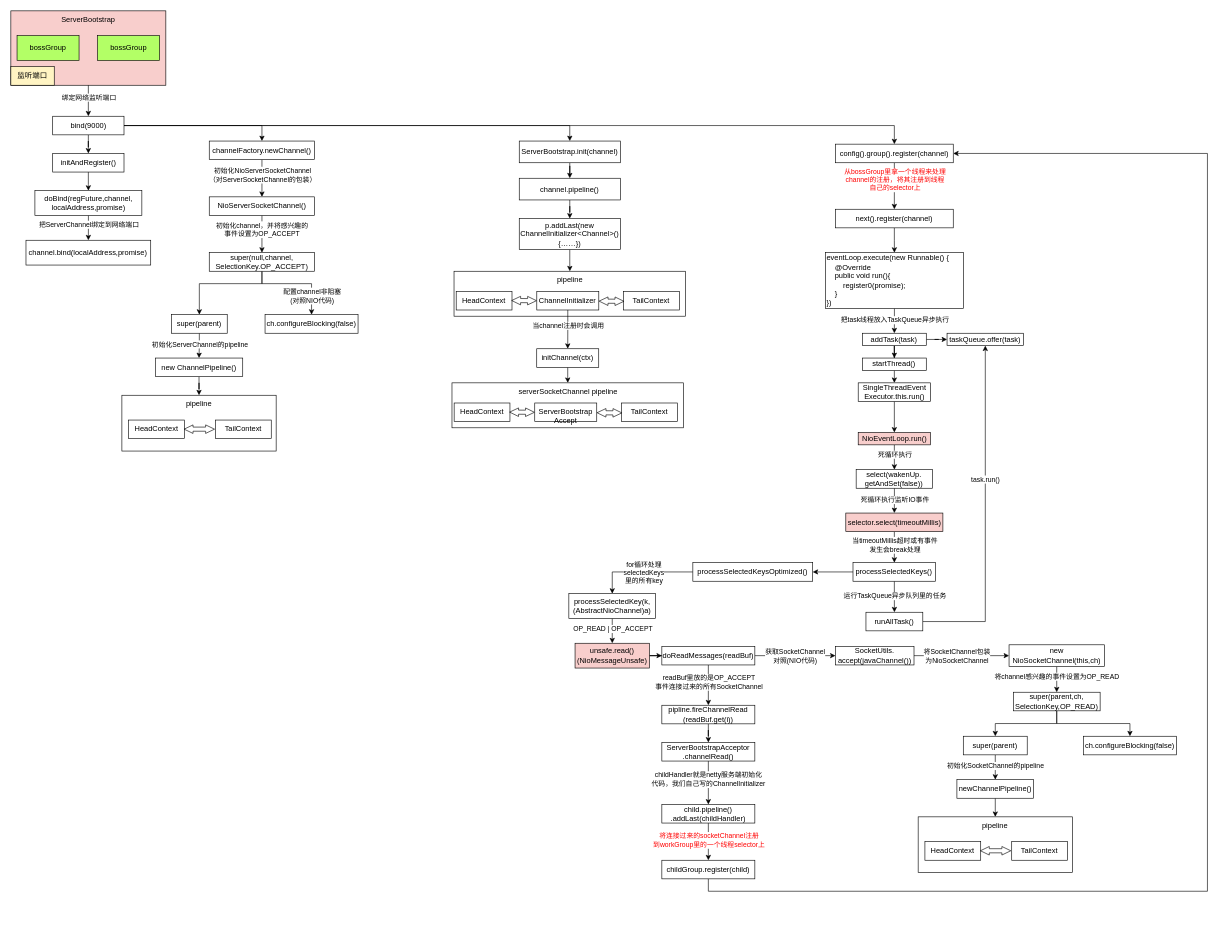
Earlier version of the draw.io diagram page "Netty线程模型源码剖析图" (2 of 2) of netty/Netty线程模型图.drawio (LiHuiBin1995/study-java). Source tidied: cells renumbered, new cells numbered last; positions are measured from the earlier drawing's top-left corner, leaving out a move shared by most shapes. Both pictures are drawn from the tidied source at 62%, with x=0, y=0 at pixel (11, 11).
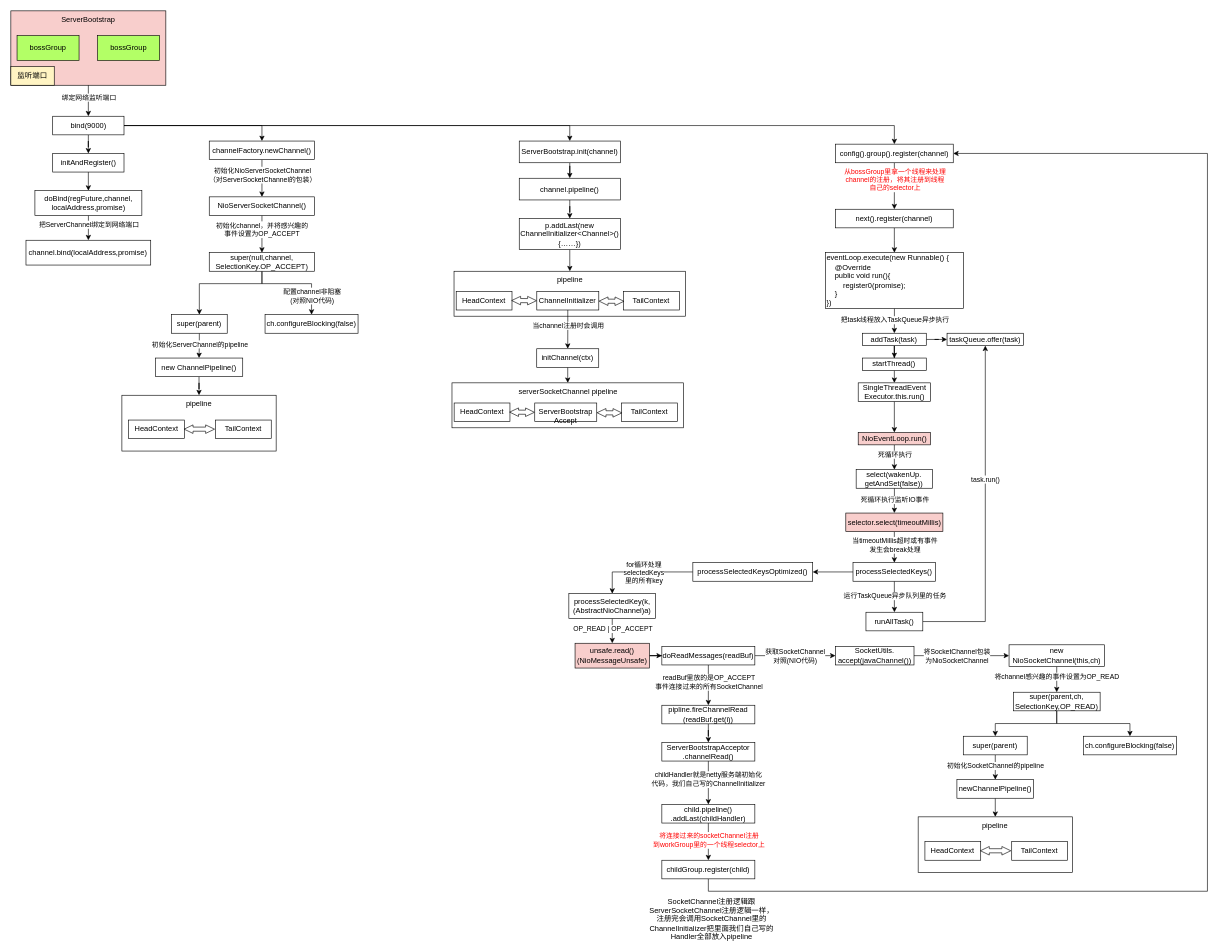
After the change.

Commit message (it also covers changes not shown here):
更新Netty线程模型图.drawio

Diff of the diagram source:
```diff
@@
+    <mxCell id="140" value="&lt;font color=&quot;#000000&quot;&gt;SocketChannel注册逻辑跟&lt;br&gt;ServerSocketChannel注册逻辑一样，&lt;br&gt;注册完会调用SocketChannel里的&lt;br&gt;ChannelInitializer把里面我们自己写的&lt;br&gt;Handler全部放入pipeline&lt;br&gt;&lt;/font&gt;" style="text;html=1;align=center;verticalAlign=middle;strokeColor=none;fillColor=none;fontColor=#FF0000;" parent="1" vertex="1">
+      <mxGeometry x="1020" y="1430" width="220" height="70" as="geometry" />
+    </mxCell>
```
